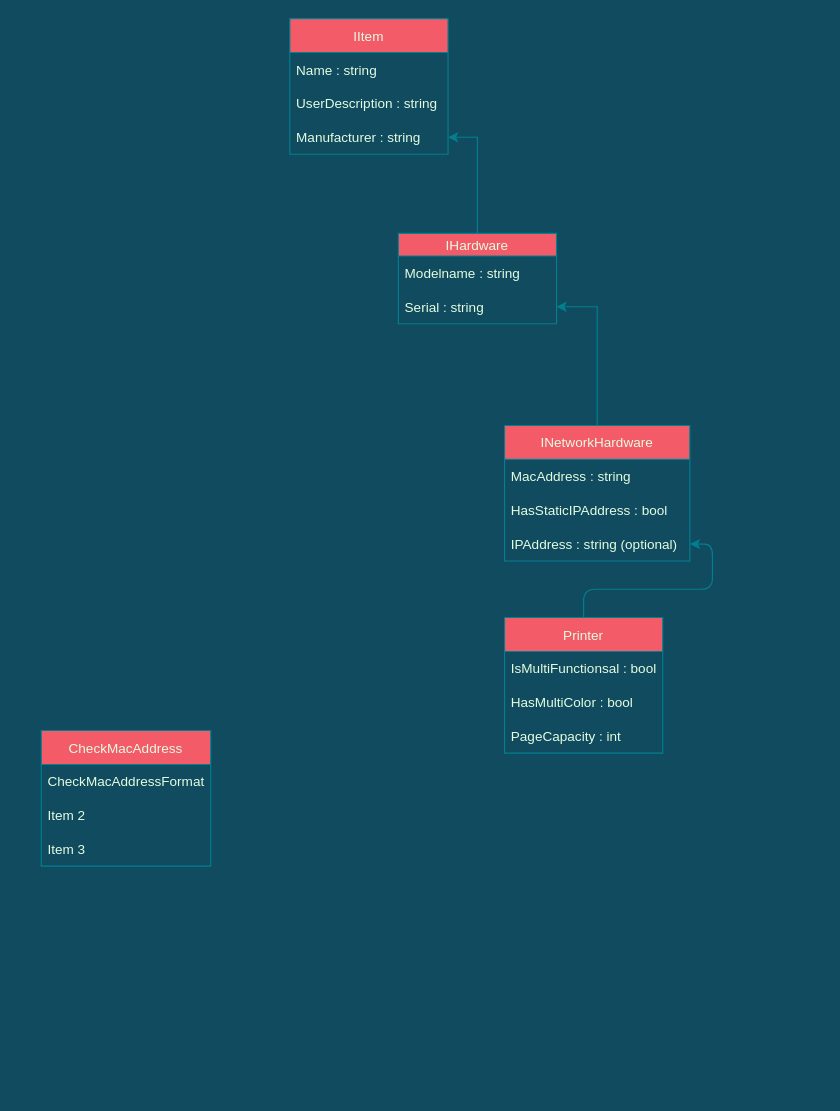
Earlier version of the draw.io diagram src/uebung/printer_manager/project_diagram.drawio (Scherlda/sw_developer_2021_damian). Source tidied: cells renumbered, new cells numbered last; positions are measured from the earlier drawing's top-left corner, leaving out a move shared by most shapes. Both pictures are drawn from the tidied source at 113%, with x=0, y=0 at pixel (41, 18).
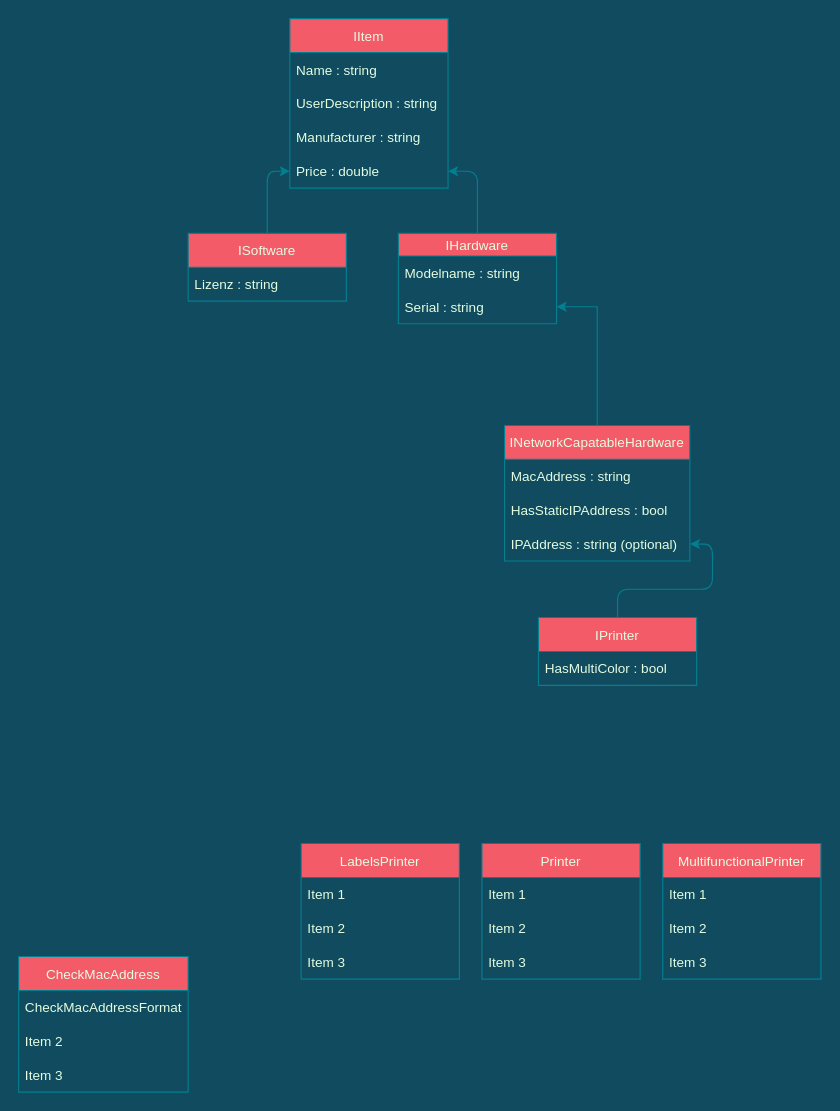
After the change.

The change refers to these unchanged cells:
```xml
<mxCell id="3" value="IHardware" style="swimlane;fontStyle=0;horizontal=1;startSize=20;fillColor=#F45B69;strokeColor=#028090;fontColor=#E4FDE1;" parent="1" vertex="1">
  <mxGeometry x="316" y="190" width="140" height="80" as="geometry" />
</mxCell>
<mxCell id="5" value="Serial : string" style="text;strokeColor=none;fillColor=none;align=left;verticalAlign=middle;spacingLeft=4;spacingRight=4;overflow=hidden;points=[[0,0.5],[1,0.5]];portConstraint=eastwest;fontColor=#E4FDE1;" parent="3" vertex="1">
  <mxGeometry y="50" width="140" height="30" as="geometry" />
</mxCell>
<mxCell id="19" value="IPAddress : string (optional)" style="text;strokeColor=none;fillColor=none;align=left;verticalAlign=middle;spacingLeft=4;spacingRight=4;overflow=hidden;points=[[0,0.5],[1,0.5]];portConstraint=eastwest;fontColor=#E4FDE1;" parent="16" vertex="1">
  <mxGeometry y="90" width="164" height="30" as="geometry" />
</mxCell>
<mxCell id="23" value="Manufacturer : string" style="text;strokeColor=none;fillColor=none;align=left;verticalAlign=middle;spacingLeft=4;spacingRight=4;overflow=hidden;points=[[0,0.5],[1,0.5]];portConstraint=eastwest;fontColor=#E4FDE1;" parent="20" vertex="1">
  <mxGeometry y="90" width="140" height="30" as="geometry" />
</mxCell>
```

The edit, as a diff of the source:
```diff
@@
-    <mxCell id="2" style="edgeStyle=orthogonalEdgeStyle;rounded=0;jettySize=auto;html=1;exitX=0.5;exitY=0;exitDx=0;exitDy=0;entryX=1;entryY=0.5;entryDx=0;entryDy=0;labelBackgroundColor=#114B5F;strokeColor=#028090;fontColor=#E4FDE1;" parent="1" edge="1" source="3" target="23">
-      <mxGeometry relative="1" as="geometry" />
-    </mxCell>
+    <mxCell id="24" style="edgeStyle=orthogonalEdgeStyle;curved=0;rounded=1;jettySize=auto;html=1;exitX=0.5;exitY=0;exitDx=0;exitDy=0;entryX=1;entryY=0.5;entryDx=0;entryDy=0;fontColor=#E4FDE1;strokeColor=#028090;fillColor=#F45B69;" parent="1" edge="1" source="3" target="25">
+      <mxGeometry relative="1" as="geometry" />
+    </mxCell>
@@
     <mxCell id="6" value="CheckMacAddress" style="swimlane;fontStyle=0;horizontal=1;startSize=30;fillColor=#F45B69;strokeColor=#028090;fontColor=#E4FDE1;" parent="1" vertex="1">
-      <mxGeometry y="630" width="150" height="120" as="geometry" />
+      <mxGeometry x="-20" y="830" width="150" height="120" as="geometry" />
     </mxCell>
@@
-    <mxCell id="10" style="edgeStyle=orthogonalEdgeStyle;curved=0;rounded=1;sketch=0;jettySize=auto;html=1;exitX=0.5;exitY=0;exitDx=0;exitDy=0;entryX=1;entryY=0.5;entryDx=0;entryDy=0;fontColor=#E4FDE1;strokeColor=#028090;fillColor=#F45B69;" parent="1" edge="1" source="11" target="19">
+    <mxCell id="10" style="edgeStyle=orthogonalEdgeStyle;curved=0;rounded=1;sketch=0;jettySize=auto;html=1;exitX=0.5;exitY=0;exitDx=0;exitDy=0;entryX=1;entryY=0.5;entryDx=0;entryDy=0;fontColor=#E4FDE1;strokeColor=#028090;fillColor=#F45B69;labelBackgroundColor=#114B5F;" parent="1" edge="1" source="11" target="19">
       <mxGeometry relative="1" as="geometry" />
     </mxCell>
-    <mxCell id="11" value="Printer" style="swimlane;fontStyle=0;horizontal=1;startSize=30;fillColor=#F45B69;strokeColor=#028090;fontColor=#E4FDE1;" parent="1" vertex="1">
-      <mxGeometry x="410" y="530" width="140" height="120" as="geometry" />
+    <mxCell id="11" value="IPrinter" style="swimlane;fontStyle=0;horizontal=1;startSize=30;fillColor=#F45B69;strokeColor=#028090;fontColor=#E4FDE1;" parent="1" vertex="1">
+      <mxGeometry x="440" y="530" width="140" height="60" as="geometry" />
     </mxCell>
-    <mxCell id="12" value="IsMultiFunctionsal : bool" style="text;strokeColor=none;fillColor=none;align=left;verticalAlign=middle;spacingLeft=4;spacingRight=4;overflow=hidden;fontColor=#E4FDE1;" parent="11" vertex="1">
-      <mxGeometry y="30" width="140" height="30" as="geometry" />
-    </mxCell>
     <mxCell id="13" value="HasMultiColor : bool" style="text;strokeColor=none;fillColor=none;align=left;verticalAlign=middle;spacingLeft=4;spacingRight=4;overflow=hidden;fontColor=#E4FDE1;" parent="11" vertex="1">
-      <mxGeometry y="60" width="140" height="30" as="geometry" />
+      <mxGeometry y="30" width="140" height="30" as="geometry" />
     </mxCell>
-    <mxCell id="14" value="PageCapacity : int" style="text;strokeColor=none;fillColor=none;align=left;verticalAlign=middle;spacingLeft=4;spacingRight=4;overflow=hidden;fontColor=#E4FDE1;" parent="11" vertex="1">
-      <mxGeometry y="90" width="140" height="30" as="geometry" />
-    </mxCell>
-    <mxCell id="15" style="edgeStyle=orthogonalEdgeStyle;rounded=0;jettySize=auto;html=1;exitX=0.5;exitY=0;exitDx=0;exitDy=0;entryX=1;entryY=0.5;entryDx=0;entryDy=0;labelBackgroundColor=#114B5F;strokeColor=#028090;fontColor=#E4FDE1;" parent="1" edge="1" source="16" target="5">
+    <mxCell id="15" style="edgeStyle=orthogonalEdgeStyle;rounded=0;jettySize=auto;html=1;exitX=0.5;exitY=0;exitDx=0;exitDy=0;entryX=1;entryY=0.5;entryDx=0;entryDy=0;strokeColor=#028090;fontColor=#E4FDE1;labelBackgroundColor=#114B5F;" parent="1" edge="1" source="16" target="5">
       <mxGeometry relative="1" as="geometry" />
     </mxCell>
-    <mxCell id="16" value="INetworkHardware" style="swimlane;fontStyle=0;horizontal=1;startSize=30;fillColor=#F45B69;strokeColor=#028090;fontColor=#E4FDE1;" parent="1" vertex="1">
+    <mxCell id="16" value="INetworkCapatableHardware" style="swimlane;fontStyle=0;horizontal=1;startSize=30;fillColor=#F45B69;strokeColor=#028090;fontColor=#E4FDE1;" parent="1" vertex="1">
       <mxGeometry x="410" y="360" width="164" height="120" as="geometry" />
     </mxCell>
@@
     <mxCell id="20" value="IItem" style="swimlane;fontStyle=0;horizontal=1;startSize=30;fillColor=#F45B69;strokeColor=#028090;fontColor=#E4FDE1;" parent="1" vertex="1">
-      <mxGeometry x="220" width="140" height="120" as="geometry" />
+      <mxGeometry x="220" width="140" height="150" as="geometry" />
     </mxCell>
@@
+    <mxCell id="25" value="Price : double" style="text;strokeColor=none;fillColor=none;align=left;verticalAlign=middle;spacingLeft=4;spacingRight=4;overflow=hidden;points=[[0,0.5],[1,0.5]];portConstraint=eastwest;fontColor=#E4FDE1;" parent="20" vertex="1">
+      <mxGeometry y="120" width="140" height="30" as="geometry" />
+    </mxCell>
+    <mxCell id="26" value="Printer" style="swimlane;fontStyle=0;horizontal=1;startSize=30;fillColor=#F45B69;strokeColor=#028090;fontColor=#E4FDE1;" parent="1" vertex="1">
+      <mxGeometry x="390" y="730" width="140" height="120" as="geometry" />
+    </mxCell>
+    <mxCell id="27" value="Item 1" style="text;strokeColor=none;fillColor=none;align=left;verticalAlign=middle;spacingLeft=4;spacingRight=4;overflow=hidden;fontColor=#E4FDE1;" parent="26" vertex="1">
+      <mxGeometry y="30" width="140" height="30" as="geometry" />
+    </mxCell>
+    <mxCell id="28" value="Item 2" style="text;strokeColor=none;fillColor=none;align=left;verticalAlign=middle;spacingLeft=4;spacingRight=4;overflow=hidden;fontColor=#E4FDE1;" parent="26" vertex="1">
+      <mxGeometry y="60" width="140" height="30" as="geometry" />
+    </mxCell>
+    <mxCell id="29" value="Item 3" style="text;strokeColor=none;fillColor=none;align=left;verticalAlign=middle;spacingLeft=4;spacingRight=4;overflow=hidden;fontColor=#E4FDE1;" parent="26" vertex="1">
+      <mxGeometry y="90" width="140" height="30" as="geometry" />
+    </mxCell>
+    <mxCell id="30" value="LabelsPrinter" style="swimlane;fontStyle=0;horizontal=1;startSize=30;fillColor=#F45B69;strokeColor=#028090;fontColor=#E4FDE1;" parent="1" vertex="1">
+      <mxGeometry x="230" y="730" width="140" height="120" as="geometry" />
+    </mxCell>
+    <mxCell id="31" value="Item 1" style="text;strokeColor=none;fillColor=none;align=left;verticalAlign=middle;spacingLeft=4;spacingRight=4;overflow=hidden;fontColor=#E4FDE1;" parent="30" vertex="1">
+      <mxGeometry y="30" width="140" height="30" as="geometry" />
+    </mxCell>
+    <mxCell id="32" value="Item 2" style="text;strokeColor=none;fillColor=none;align=left;verticalAlign=middle;spacingLeft=4;spacingRight=4;overflow=hidden;fontColor=#E4FDE1;" parent="30" vertex="1">
+      <mxGeometry y="60" width="140" height="30" as="geometry" />
+    </mxCell>
+    <mxCell id="33" value="Item 3" style="text;strokeColor=none;fillColor=none;align=left;verticalAlign=middle;spacingLeft=4;spacingRight=4;overflow=hidden;fontColor=#E4FDE1;" parent="30" vertex="1">
+      <mxGeometry y="90" width="140" height="30" as="geometry" />
+    </mxCell>
+    <mxCell id="34" style="edgeStyle=orthogonalEdgeStyle;curved=0;rounded=1;jettySize=auto;html=1;exitX=0.5;exitY=0;exitDx=0;exitDy=0;entryX=0;entryY=0.5;entryDx=0;entryDy=0;fontColor=#E4FDE1;strokeColor=#028090;fillColor=#F45B69;" parent="1" edge="1" source="35" target="25">
+      <mxGeometry relative="1" as="geometry" />
+    </mxCell>
+    <mxCell id="35" value="ISoftware" style="swimlane;fontStyle=0;horizontal=1;startSize=30;rounded=0;fontColor=#E4FDE1;strokeColor=#028090;fillColor=#F45B69;" parent="1" vertex="1">
+      <mxGeometry x="130" y="190" width="140" height="60" as="geometry" />
+    </mxCell>
+    <mxCell id="36" value="Lizenz : string" style="text;strokeColor=none;fillColor=none;align=left;verticalAlign=middle;spacingLeft=4;spacingRight=4;overflow=hidden;rounded=0;fontColor=#E4FDE1;" parent="35" vertex="1">
+      <mxGeometry y="30" width="140" height="30" as="geometry" />
+    </mxCell>
+    <mxCell id="37" value="MultifunctionalPrinter" style="swimlane;fontStyle=0;horizontal=1;startSize=30;rounded=0;fontColor=#E4FDE1;strokeColor=#028090;fillColor=#F45B69;" parent="1" vertex="1">
+      <mxGeometry x="550" y="730" width="140" height="120" as="geometry" />
+    </mxCell>
+    <mxCell id="38" value="Item 1" style="text;strokeColor=none;fillColor=none;align=left;verticalAlign=middle;spacingLeft=4;spacingRight=4;overflow=hidden;rounded=0;fontColor=#E4FDE1;" parent="37" vertex="1">
+      <mxGeometry y="30" width="140" height="30" as="geometry" />
+    </mxCell>
+    <mxCell id="39" value="Item 2" style="text;strokeColor=none;fillColor=none;align=left;verticalAlign=middle;spacingLeft=4;spacingRight=4;overflow=hidden;rounded=0;fontColor=#E4FDE1;" parent="37" vertex="1">
+      <mxGeometry y="60" width="140" height="30" as="geometry" />
+    </mxCell>
+    <mxCell id="40" value="Item 3" style="text;strokeColor=none;fillColor=none;align=left;verticalAlign=middle;spacingLeft=4;spacingRight=4;overflow=hidden;rounded=0;fontColor=#E4FDE1;" parent="37" vertex="1">
+      <mxGeometry y="90" width="140" height="30" as="geometry" />
+    </mxCell>
```
